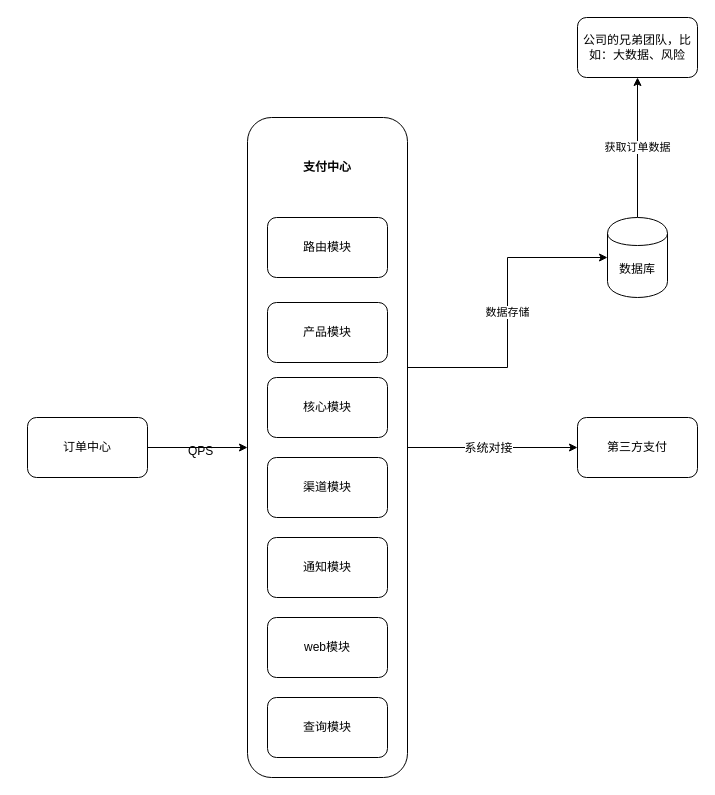
Earlier version of the draw.io diagram 支付中心模块.drawio (scc2867466176/wm). Source tidied: cells renumbered, new cells numbered last; positions are measured from the earlier drawing's top-left corner, leaving out a move shared by most shapes. Both pictures are drawn from the tidied source at 100%, with x=0, y=0 at pixel (27, 17).
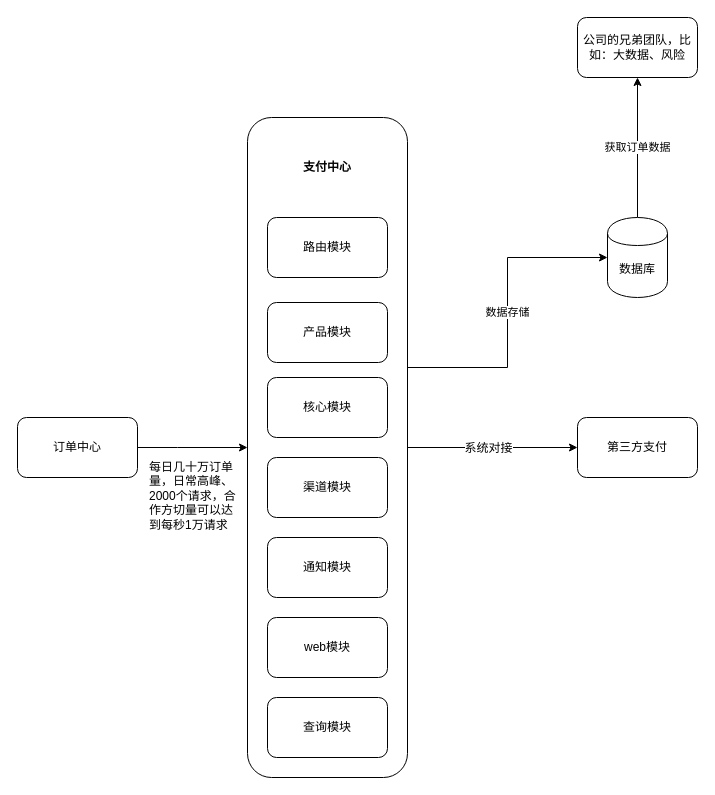
The same diagram, later.

Commit message:
更新支付中心模块.drawio

The change refers to these unchanged cells:
```xml
<mxCell id="5" style="rounded=1;whiteSpace=wrap;html=1;" parent="1" vertex="1">
  <mxGeometry x="220" y="100" width="160" height="660" as="geometry" />
</mxCell>
```

Change to the diagram source:
```diff
@@
     <mxCell id="18" style="edgeStyle=orthogonalEdgeStyle;rounded=0;jettySize=auto;html=1;entryX=0;entryY=0.5;entryDx=0;entryDy=0;" parent="1" edge="1" source="19" target="5">
-      <mxGeometry relative="1" as="geometry" />
+      <mxGeometry relative="1" as="geometry">
+        <Array as="points">
+          <mxPoint x="150" y="430" />
+          <mxPoint x="150" y="430" />
+        </Array>
+      </mxGeometry>
     </mxCell>
     <mxCell id="19" value="订单中心" style="rounded=1;whiteSpace=wrap;html=1;" parent="1" vertex="1">
-      <mxGeometry y="400" width="120" height="60" as="geometry" />
+      <mxGeometry x="-10" y="400" width="120" height="60" as="geometry" />
     </mxCell>
-    <mxCell id="20" value="QPS" style="text;html=1;align=left;verticalAlign=top;spacingTop=-4;" parent="1" vertex="1">
-      <mxGeometry x="159" y="424" width="40" height="20" as="geometry" />
+    <mxCell id="20" value="每日几十万订单&lt;br&gt;量，日常高峰、&lt;br&gt;2000个请求，合&lt;br&gt;作方切量可以达&lt;br&gt;到每秒1万请求" style="text;html=1;align=left;verticalAlign=top;spacingTop=-4;" parent="1" vertex="1">
+      <mxGeometry x="120" y="440" width="100" height="70" as="geometry" />
     </mxCell>
```
